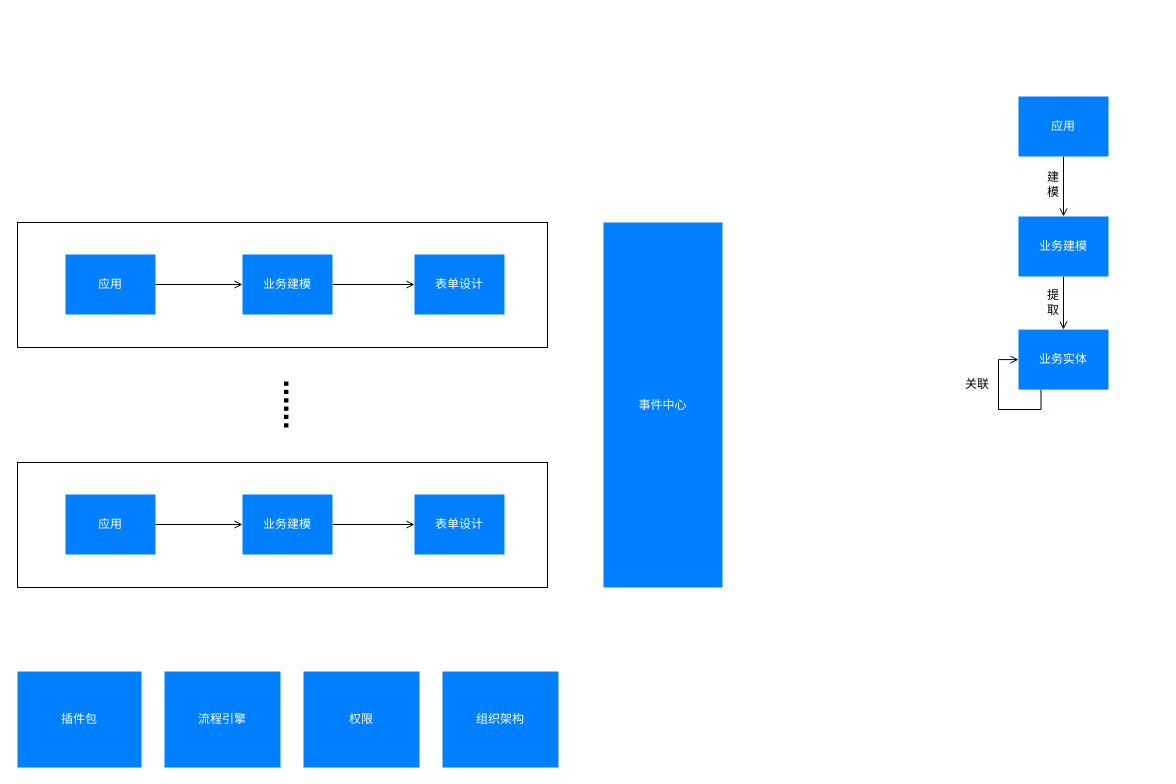
Earlier version of the draw.io diagram docs/LCDP.drawio (lokiworks/codebase). Source tidied: cells renumbered, new cells numbered last; positions are measured from the earlier drawing's top-left corner, leaving out a move shared by most shapes. Both pictures are drawn from the tidied source at 100%, with x=0, y=0 at pixel (17, 96).
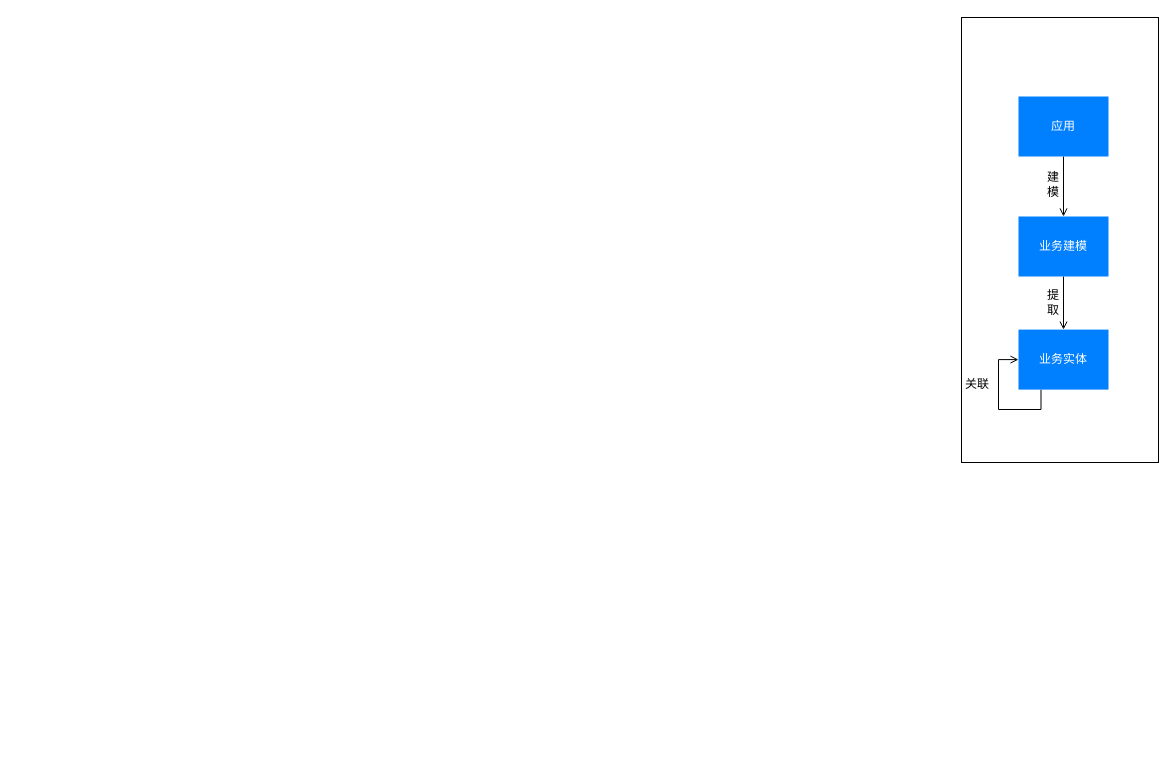
The same diagram, later.

Diff of the diagram source:
```diff
@@
-    <mxCell id="2" style="rounded=0;whiteSpace=wrap;html=1;fontColor=#FFFFFF;fillColor=#FFFFFF;" parent="1" vertex="1">
-      <mxGeometry y="126" width="530" height="125" as="geometry" />
-    </mxCell>
-    <mxCell id="3" style="edgeStyle=orthogonalEdgeStyle;rounded=0;jettySize=auto;html=1;exitX=1;exitY=0.5;exitDx=0;exitDy=0;fontColor=#FFFFFF;endArrow=open;endFill=0;" parent="1" edge="1" source="4" target="7">
-      <mxGeometry relative="1" as="geometry" />
-    </mxCell>
-    <mxCell id="4" value="&lt;font color=&quot;#ffffff&quot;&gt;业务建模&lt;/font&gt;" style="rounded=0;whiteSpace=wrap;html=1;fillColor=#007FFF;strokeColor=none;" parent="1" vertex="1">
-      <mxGeometry x="225" y="158" width="90" height="60" as="geometry" />
-    </mxCell>
-    <mxCell id="5" style="edgeStyle=orthogonalEdgeStyle;rounded=0;jettySize=auto;html=1;exitX=1;exitY=0.5;exitDx=0;exitDy=0;fontColor=#FFFFFF;endArrow=open;endFill=0;" parent="1" edge="1" source="6" target="4">
-      <mxGeometry relative="1" as="geometry" />
-    </mxCell>
-    <mxCell id="6" value="&lt;font color=&quot;#ffffff&quot;&gt;应用&lt;/font&gt;" style="rounded=0;whiteSpace=wrap;html=1;fillColor=#007FFF;strokeColor=none;" parent="1" vertex="1">
-      <mxGeometry x="48" y="158" width="90" height="60" as="geometry" />
-    </mxCell>
-    <mxCell id="7" value="&lt;font color=&quot;#ffffff&quot;&gt;表单设计&lt;/font&gt;" style="rounded=0;whiteSpace=wrap;html=1;fillColor=#007FFF;strokeColor=none;" parent="1" vertex="1">
-      <mxGeometry x="397" y="158" width="90" height="60" as="geometry" />
-    </mxCell>
-    <mxCell id="8" value="事件中心" style="rounded=0;whiteSpace=wrap;html=1;fontColor=#FFFFFF;fillColor=#007FFF;strokeColor=none;" parent="1" vertex="1">
-      <mxGeometry x="586" y="126" width="119" height="365" as="geometry" />
-    </mxCell>
-    <mxCell id="9" style="rounded=0;whiteSpace=wrap;html=1;fontColor=#FFFFFF;fillColor=#FFFFFF;" parent="1" vertex="1">
-      <mxGeometry y="366" width="530" height="125" as="geometry" />
-    </mxCell>
-    <mxCell id="10" style="edgeStyle=orthogonalEdgeStyle;rounded=0;jettySize=auto;html=1;exitX=1;exitY=0.5;exitDx=0;exitDy=0;fontColor=#FFFFFF;endArrow=open;endFill=0;" parent="1" edge="1" source="11" target="14">
-      <mxGeometry relative="1" as="geometry" />
-    </mxCell>
-    <mxCell id="11" value="&lt;font color=&quot;#ffffff&quot;&gt;业务建模&lt;/font&gt;" style="rounded=0;whiteSpace=wrap;html=1;fillColor=#007FFF;strokeColor=none;" parent="1" vertex="1">
-      <mxGeometry x="225" y="398" width="90" height="60" as="geometry" />
-    </mxCell>
-    <mxCell id="12" style="edgeStyle=orthogonalEdgeStyle;rounded=0;jettySize=auto;html=1;exitX=1;exitY=0.5;exitDx=0;exitDy=0;fontColor=#FFFFFF;endArrow=open;endFill=0;" parent="1" edge="1" source="13" target="11">
-      <mxGeometry relative="1" as="geometry" />
-    </mxCell>
-    <mxCell id="13" value="&lt;font color=&quot;#ffffff&quot;&gt;应用&lt;/font&gt;" style="rounded=0;whiteSpace=wrap;html=1;fillColor=#007FFF;strokeColor=none;" parent="1" vertex="1">
-      <mxGeometry x="48" y="398" width="90" height="60" as="geometry" />
-    </mxCell>
-    <mxCell id="14" value="&lt;font color=&quot;#ffffff&quot;&gt;表单设计&lt;/font&gt;" style="rounded=0;whiteSpace=wrap;html=1;fillColor=#007FFF;strokeColor=none;" parent="1" vertex="1">
-      <mxGeometry x="397" y="398" width="90" height="60" as="geometry" />
-    </mxCell>
-    <mxCell id="15" value="&lt;font color=&quot;#000000&quot; style=&quot;font-size: 30px;&quot;&gt;&lt;b style=&quot;font-size: 30px;&quot;&gt;......&lt;/b&gt;&lt;/font&gt;" style="text;html=1;strokeColor=none;fillColor=none;align=center;verticalAlign=middle;whiteSpace=wrap;rounded=0;fontColor=#FFFFFF;rotation=90;fontSize=30;" parent="1" vertex="1">
-      <mxGeometry x="244" y="293.1" width="68" height="30.8" as="geometry" />
-    </mxCell>
-    <mxCell id="16" value="插件包" style="rounded=0;whiteSpace=wrap;html=1;fontColor=#FFFFFF;fillColor=#007FFF;strokeColor=none;" parent="1" vertex="1">
-      <mxGeometry y="575" width="124" height="96" as="geometry" />
-    </mxCell>
-    <mxCell id="17" value="流程引擎" style="rounded=0;whiteSpace=wrap;html=1;fontColor=#FFFFFF;fillColor=#007FFF;strokeColor=none;" parent="1" vertex="1">
-      <mxGeometry x="147" y="575" width="116" height="96" as="geometry" />
-    </mxCell>
-    <mxCell id="18" value="权限" style="rounded=0;whiteSpace=wrap;html=1;fontColor=#FFFFFF;fillColor=#007FFF;strokeColor=none;" parent="1" vertex="1">
-      <mxGeometry x="286" y="575" width="116" height="96" as="geometry" />
-    </mxCell>
-    <mxCell id="19" value="组织架构" style="rounded=0;whiteSpace=wrap;html=1;fontColor=#FFFFFF;fillColor=#007FFF;strokeColor=none;" parent="1" vertex="1">
-      <mxGeometry x="425" y="575" width="116" height="96" as="geometry" />
-    </mxCell>
+    <mxCell id="29" style="rounded=0;whiteSpace=wrap;html=1;" parent="1" vertex="1">
+      <mxGeometry x="944" y="-79" width="197" height="445" as="geometry" />
+    </mxCell>
```
